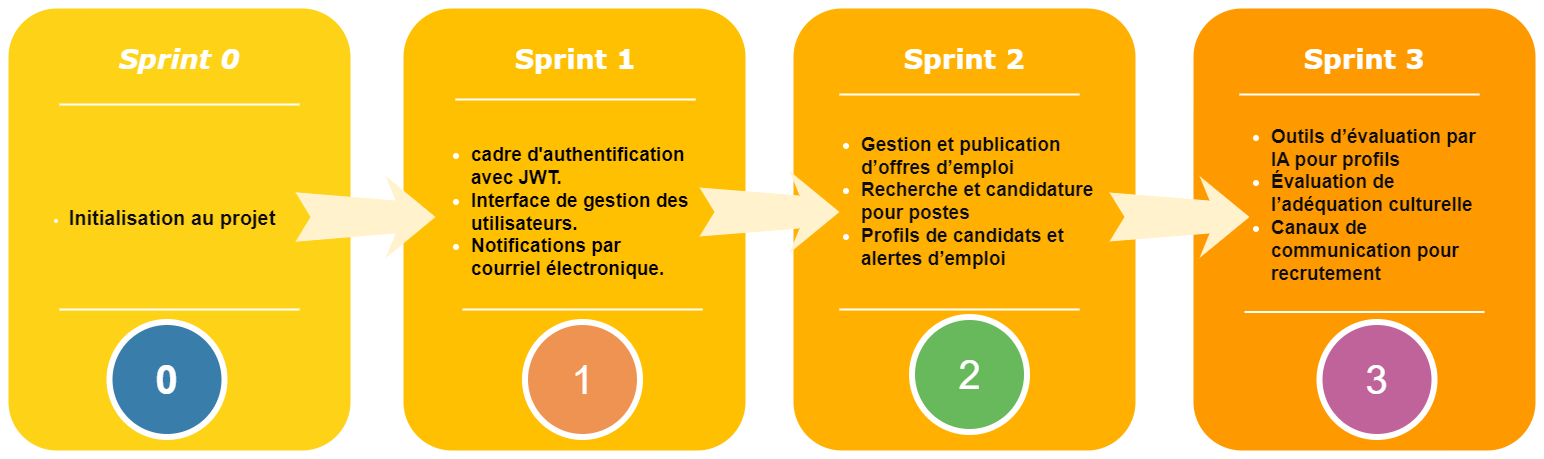
Earlier version of the draw.io export sprints.png (chirine1/-project). Source tidied: cells renumbered, new cells last; positions are measured from the earlier drawing's top-left corner, leaving out a move shared by most shapes.
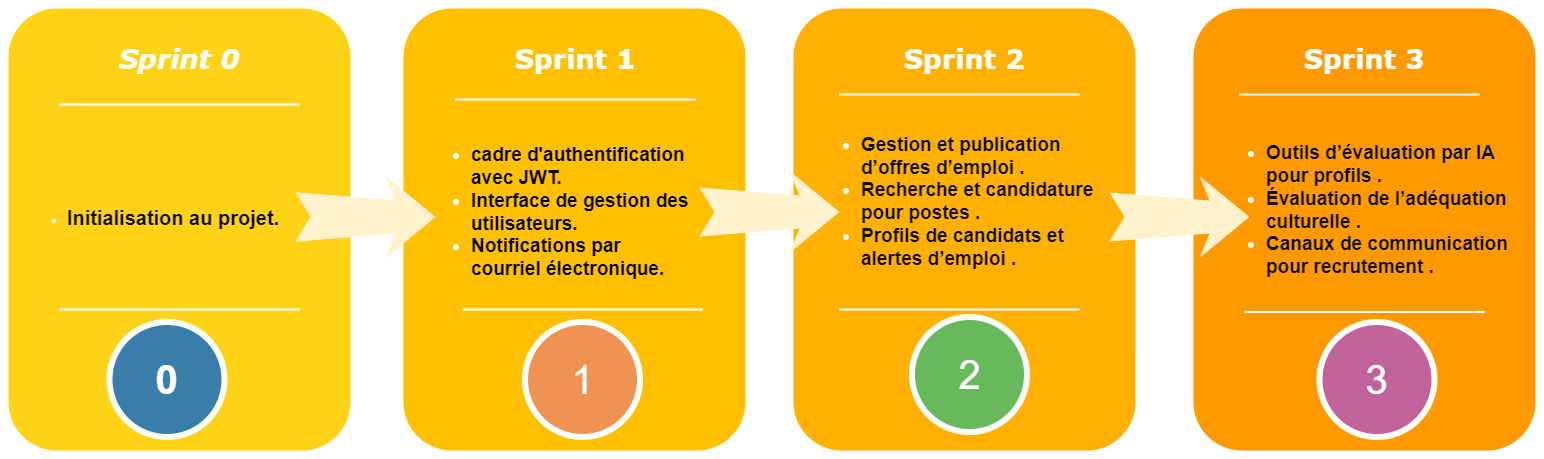
Later version of the same file.

Commit message:
Mettre à jour sprints.png

Diff of the diagram source:
```diff
@@ -5,11 +5,11 @@
     <mxCell id="2" style="whiteSpace=wrap;html=1;rounded=1;shadow=0;strokeWidth=8;fontSize=20;align=center;fillColor=#FED217;strokeColor=#FFFFFF;" parent="1" vertex="1">
       <mxGeometry width="350" height="450" as="geometry" />
     </mxCell>
-    <mxCell id="3" value="&lt;font face=&quot;Verdana&quot;&gt;&lt;i&gt;Sprint 0&lt;/i&gt;&lt;/font&gt;" style="text;html=1;strokeColor=none;fillColor=none;align=center;verticalAlign=middle;whiteSpace=wrap;rounded=0;shadow=0;fontSize=27;fontColor=#FFFFFF;fontStyle=1;" parent="1" vertex="1">
+    <mxCell id="3" value="&lt;blockquote&gt;&lt;font face=&quot;Verdana&quot;&gt;&lt;i&gt;Sprint 0&lt;/i&gt;&lt;/font&gt;&lt;/blockquote&gt;" style="text;html=1;strokeColor=none;fillColor=none;align=center;verticalAlign=middle;whiteSpace=wrap;rounded=0;shadow=0;fontSize=27;fontColor=#FFFFFF;fontStyle=1;" parent="1" vertex="1">
       <mxGeometry x="35" y="25" width="280" height="60" as="geometry" />
     </mxCell>
-    <mxCell id="4" value="&lt;ul&gt;&lt;li&gt;&lt;span style=&quot;background-color: initial;&quot;&gt;&lt;font color=&quot;#0d0d0d&quot; style=&quot;font-size: 20px;&quot;&gt;&lt;b&gt;Initialisation au projet&lt;/b&gt;&lt;/font&gt;&lt;/span&gt;&lt;/li&gt;&lt;/ul&gt;" style="text;html=1;strokeColor=none;fillColor=none;align=center;verticalAlign=middle;whiteSpace=wrap;rounded=0;shadow=0;fontSize=14;fontColor=#FFFFFF;" parent="1" vertex="1">
-      <mxGeometry x="15" y="180" width="266" height="65" as="geometry" />
+    <mxCell id="4" value="&lt;ul&gt;&lt;li&gt;&lt;span style=&quot;background-color: initial;&quot;&gt;&lt;font color=&quot;#0d0d0d&quot; style=&quot;font-size: 20px;&quot;&gt;&lt;b&gt;Initialisation au projet.&lt;/b&gt;&lt;/font&gt;&lt;/span&gt;&lt;/li&gt;&lt;/ul&gt;" style="text;html=1;strokeColor=none;fillColor=none;align=center;verticalAlign=middle;whiteSpace=wrap;rounded=0;shadow=0;fontSize=14;fontColor=#FFFFFF;" parent="1" vertex="1">
+      <mxGeometry x="16" y="180" width="266" height="65" as="geometry" />
     </mxCell>
     <mxCell id="5" style="line;strokeWidth=2;html=1;rounded=0;shadow=0;fontSize=27;align=center;fillColor=none;strokeColor=#FFFFFF;" parent="1" vertex="1">
       <mxGeometry x="55" y="95" width="240" height="10" as="geometry" />
@@ -44,7 +44,7 @@
     <mxCell id="15" value="&lt;font face=&quot;Verdana&quot;&gt;Sprint 2&lt;/font&gt;" style="text;html=1;strokeColor=none;fillColor=none;align=center;verticalAlign=middle;whiteSpace=wrap;rounded=0;shadow=0;fontSize=27;fontColor=#FFFFFF;fontStyle=1;" parent="1" vertex="1">
       <mxGeometry x="820" y="25" width="280" height="60" as="geometry" />
     </mxCell>
-    <mxCell id="16" value="&lt;div style=&quot;font-size: 19px;&quot;&gt;&lt;ul&gt;&lt;li&gt;&lt;b style=&quot;color: rgb(13, 13, 13); background-color: initial;&quot;&gt;Gestion et publication d’offres d’emploi&lt;/b&gt;&lt;/li&gt;&lt;li&gt;&lt;font color=&quot;#0d0d0d&quot; style=&quot;font-size: 19px;&quot;&gt;&lt;b&gt;Recherche et candidature pour postes&lt;/b&gt;&lt;/font&gt;&lt;/li&gt;&lt;li&gt;&lt;font color=&quot;#0d0d0d&quot; style=&quot;font-size: 19px;&quot;&gt;&lt;b&gt;Profils de candidats et alertes d’emploi&lt;/b&gt;&lt;/font&gt;&lt;/li&gt;&lt;/ul&gt;&lt;/div&gt;&lt;div style=&quot;font-size: 19px;&quot;&gt;&lt;br&gt;&lt;/div&gt;" style="text;html=1;strokeColor=none;fillColor=none;align=left;verticalAlign=middle;whiteSpace=wrap;rounded=0;shadow=0;fontSize=14;fontColor=#FFFFFF;" parent="1" vertex="1">
+    <mxCell id="16" value="&lt;div style=&quot;font-size: 19px;&quot;&gt;&lt;ul&gt;&lt;li&gt;&lt;font color=&quot;#0d0d0d&quot; style=&quot;font-size: 19px;&quot;&gt;&lt;b&gt;Gestion et publication d’offres d’emploi .&lt;/b&gt;&lt;/font&gt;&lt;/li&gt;&lt;li&gt;&lt;font color=&quot;#0d0d0d&quot; style=&quot;font-size: 19px;&quot;&gt;&lt;b&gt;Recherche et candidature pour postes .&lt;/b&gt;&lt;/font&gt;&lt;/li&gt;&lt;li&gt;&lt;font color=&quot;#0d0d0d&quot; style=&quot;font-size: 19px;&quot;&gt;&lt;b&gt;Profils de candidats et alertes d’emploi .&lt;/b&gt;&lt;/font&gt;&lt;/li&gt;&lt;/ul&gt;&lt;/div&gt;&lt;div style=&quot;font-size: 19px;&quot;&gt;&lt;br&gt;&lt;/div&gt;" style="text;html=1;strokeColor=none;fillColor=none;align=left;verticalAlign=middle;whiteSpace=wrap;rounded=0;shadow=0;fontSize=14;fontColor=#FFFFFF;" parent="1" vertex="1">
       <mxGeometry x="815" y="132.5" width="300" height="152.5" as="geometry" />
     </mxCell>
     <mxCell id="17" style="line;strokeWidth=2;html=1;rounded=0;shadow=0;fontSize=27;align=center;fillColor=none;strokeColor=#FFFFFF;" parent="1" vertex="1">
@@ -65,8 +65,8 @@
     <mxCell id="22" value="&lt;font face=&quot;Verdana&quot;&gt;Sprint 3&lt;/font&gt;" style="text;html=1;strokeColor=none;fillColor=none;align=center;verticalAlign=middle;whiteSpace=wrap;rounded=0;shadow=0;fontSize=27;fontColor=#FFFFFF;fontStyle=1;" parent="1" vertex="1">
       <mxGeometry x="1220" y="25" width="280" height="60" as="geometry" />
     </mxCell>
-    <mxCell id="23" value="&lt;div style=&quot;font-size: 19px;&quot;&gt;&lt;ul&gt;&lt;li&gt;&lt;font color=&quot;#0d0d0d&quot; style=&quot;font-size: 19px;&quot;&gt;&lt;b&gt;Outils d’évaluation par IA pour profils&lt;/b&gt;&lt;/font&gt;&lt;/li&gt;&lt;li&gt;&lt;font color=&quot;#0d0d0d&quot; style=&quot;font-size: 19px;&quot;&gt;&lt;b&gt;Évaluation de l’adéquation culturelle&lt;/b&gt;&lt;/font&gt;&lt;/li&gt;&lt;li&gt;&lt;font color=&quot;#0d0d0d&quot; style=&quot;font-size: 19px;&quot;&gt;&lt;b&gt;Canaux de communication pour recrutement&lt;/b&gt;&lt;/font&gt;&lt;/li&gt;&lt;/ul&gt;&lt;/div&gt;" style="text;html=1;strokeColor=none;fillColor=none;align=left;verticalAlign=middle;whiteSpace=wrap;rounded=0;shadow=0;fontSize=14;fontColor=#FFFFFF;" parent="1" vertex="1">
-      <mxGeometry x="1225" y="117.5" width="270" height="167.5" as="geometry" />
+    <mxCell id="23" value="&lt;div style=&quot;font-size: 19px;&quot;&gt;&lt;ul&gt;&lt;li&gt;&lt;font color=&quot;#0d0d0d&quot; style=&quot;font-size: 19px;&quot;&gt;&lt;b&gt;Outils d’évaluation par IA pour profils .&lt;/b&gt;&lt;/font&gt;&lt;/li&gt;&lt;li&gt;&lt;font color=&quot;#0d0d0d&quot; style=&quot;font-size: 19px;&quot;&gt;&lt;b&gt;Évaluation de l’adéquation culturelle .&lt;/b&gt;&lt;/font&gt;&lt;/li&gt;&lt;li&gt;&lt;font color=&quot;#0d0d0d&quot; style=&quot;font-size: 19px;&quot;&gt;&lt;b&gt;Canaux de communication pour recrutement .&lt;/b&gt;&lt;/font&gt;&lt;/li&gt;&lt;/ul&gt;&lt;/div&gt;" style="text;html=1;strokeColor=none;fillColor=none;align=left;verticalAlign=middle;whiteSpace=wrap;rounded=0;shadow=0;fontSize=14;fontColor=#FFFFFF;" parent="1" vertex="1">
+      <mxGeometry x="1220" y="83.8" width="290" height="245" as="geometry" />
     </mxCell>
     <mxCell id="24" style="line;strokeWidth=2;html=1;rounded=0;shadow=0;fontSize=27;align=center;fillColor=none;strokeColor=#FFFFFF;" parent="1" vertex="1">
       <mxGeometry x="1235" y="85" width="240" height="10" as="geometry" />
```
